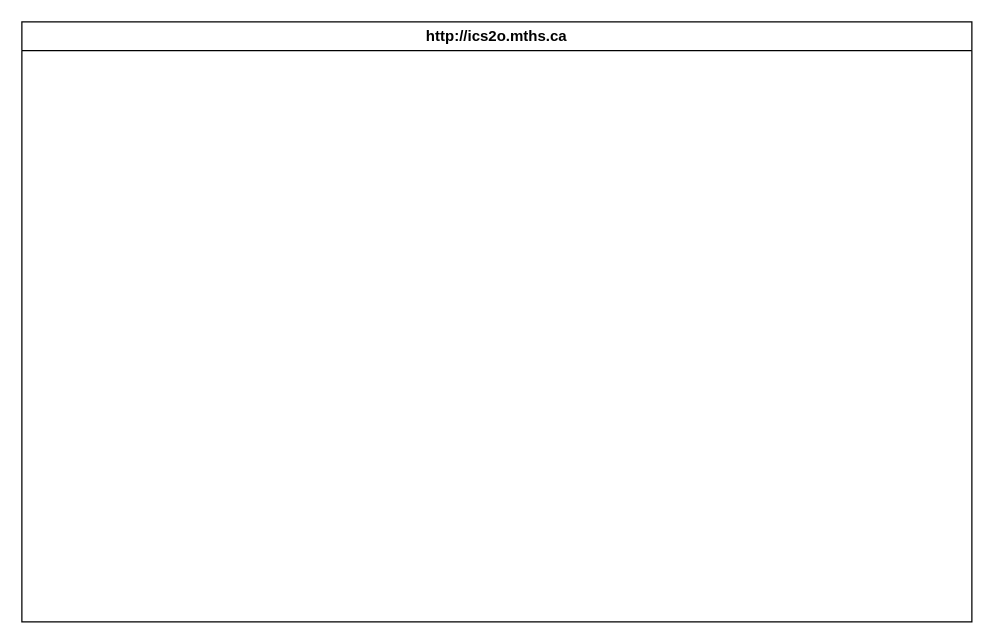
Above: design/storyboard.drawio in hai-tran-2/ICD2O-Unit-6-01-hai-tran-2 (draw.io), before the change. Source tidied: cells renumbered, new cells numbered last; positions are measured from the earlier drawing's top-left corner, leaving out a move shared by most shapes. Both pictures are drawn from the tidied source at 125%, with x=0, y=0 at pixel (21, 21).
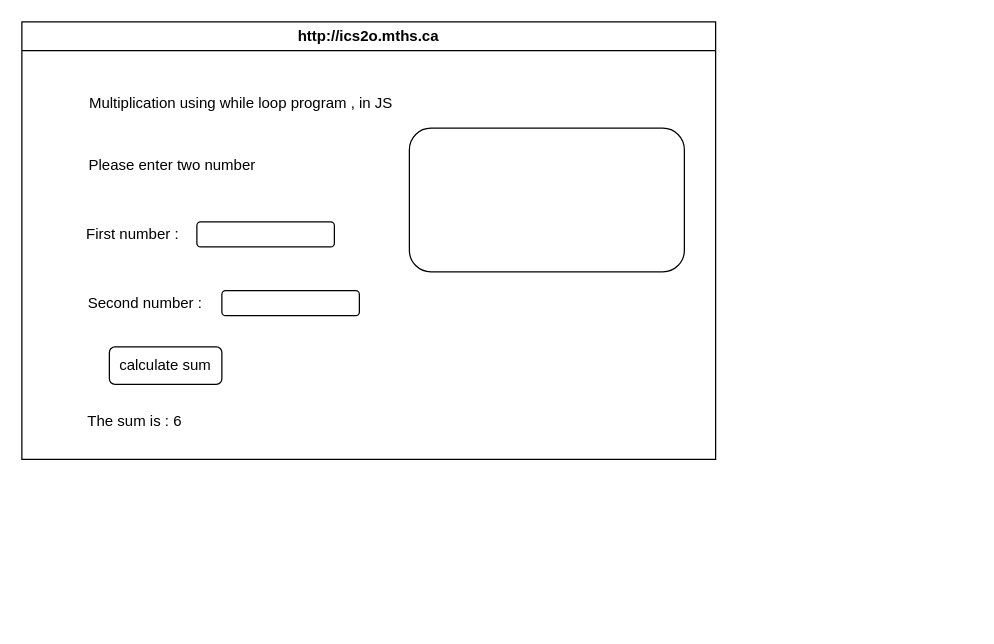
The same page after the edit.

Commit message (it also covers changes not shown here):
add storyboard and flowchart

Change to the diagram source:
```diff
@@
 <mxGraphModel>
   <root>
     <mxCell id="0" />
     <mxCell id="1" parent="0" />
     <mxCell id="2" value="http://ics2o.mths.ca" style="swimlane;whiteSpace=wrap;html=1;" parent="1" vertex="1">
-      <mxGeometry width="760" height="480" as="geometry" />
+      <mxGeometry width="555" height="350" as="geometry" />
     </mxCell>
+    <mxCell id="3" value="Multiplication using while loop program , in JS" style="text;html=1;align=center;verticalAlign=middle;strokeColor=none;fillColor=none;" parent="2" vertex="1">
+      <mxGeometry x="40" y="50" width="270" height="30" as="geometry" />
+    </mxCell>
+    <mxCell id="4" value="Please enter two number" style="text;html=1;align=center;verticalAlign=middle;strokeColor=none;fillColor=none;" parent="2" vertex="1">
+      <mxGeometry x="40" y="100" width="160" height="30" as="geometry" />
+    </mxCell>
+    <mxCell id="5" value="First number :&amp;nbsp;" style="text;html=1;align=center;verticalAlign=middle;strokeColor=none;fillColor=none;" parent="2" vertex="1">
+      <mxGeometry x="40" y="155" width="100" height="30" as="geometry" />
+    </mxCell>
+    <mxCell id="6" value="Second number :&amp;nbsp;" style="text;html=1;align=center;verticalAlign=middle;strokeColor=none;fillColor=none;" parent="2" vertex="1">
+      <mxGeometry x="40" y="210" width="120" height="30" as="geometry" />
+    </mxCell>
+    <mxCell id="7" style="rounded=1;whiteSpace=wrap;html=1;" parent="2" vertex="1">
+      <mxGeometry x="140" y="160" width="110" height="20" as="geometry" />
+    </mxCell>
+    <mxCell id="8" style="rounded=1;whiteSpace=wrap;html=1;" parent="2" vertex="1">
+      <mxGeometry x="160" y="215" width="110" height="20" as="geometry" />
+    </mxCell>
+    <mxCell id="9" value="calculate sum" style="rounded=1;whiteSpace=wrap;html=1;" parent="2" vertex="1">
+      <mxGeometry x="70" y="260" width="90" height="30" as="geometry" />
+    </mxCell>
+    <mxCell id="10" value="The sum is : 6" style="text;html=1;align=center;verticalAlign=middle;strokeColor=none;fillColor=none;" parent="2" vertex="1">
+      <mxGeometry x="40" y="305" width="100" height="30" as="geometry" />
+    </mxCell>
+    <mxCell id="11" style="rounded=1;whiteSpace=wrap;html=1;" parent="2" vertex="1">
+      <mxGeometry x="310" y="85" width="220" height="115" as="geometry" />
+    </mxCell>
   </root>
 </mxGraphModel>
```
